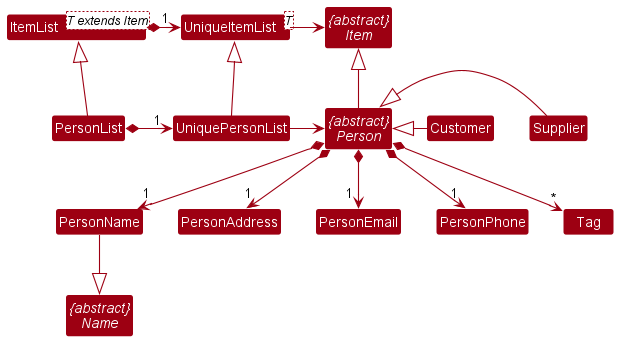
Earlier version of the PlantUML export docs/images/PersonClassDiagram.png (nus-cs2103-AY2223S2/tp).
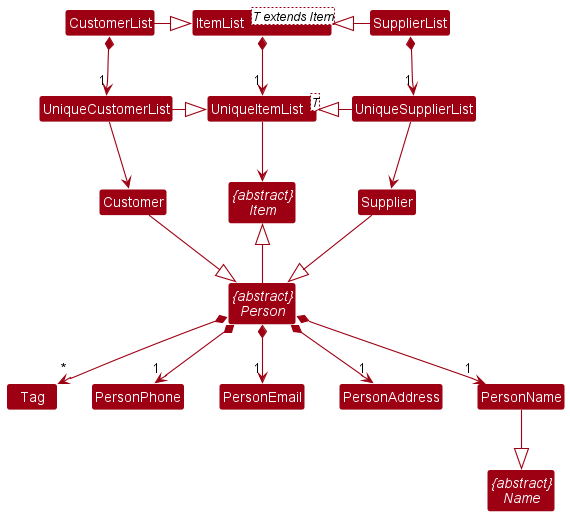
Above is the later version.

Change to the diagram source:
```diff
@@ -5,41 +5,44 @@
 skinparam classBackgroundColor MODEL_COLOR
 skinparam groupInheritance 1
 
-top to bottom direction
-
 Abstract Class "{abstract}\nItem" as Item
 Abstract Class "{abstract}\nPerson" as Person
-together{
 Class Supplier
 Class Customer
-}
 Abstract Class "{abstract}\nName" as Name
 
+together{
 Class PersonName
 Class PersonAddress
 Class PersonEmail
 Class PersonPhone
 Class Tag
-Class PersonList extends ItemList
-Class UniquePersonList extends UniqueItemList
+}
 
 Class ItemList<T extends Item>
 Class UniqueItemList<T>
 
-ItemList *-r> "1 " UniqueItemList
-UniqueItemList -r> Item
+ItemList *--> "1" UniqueItemList
+UniqueItemList --> Item
 
-PersonList *-r> "1 " UniquePersonList
-UniquePersonList -r> Person
+SupplierList *--> "1" UniqueSupplierList
+UniqueSupplierList --> Supplier
+SupplierList --l|> ItemList
+UniqueSupplierList --l|> UniqueItemList
+CustomerList *--d> "1" UniqueCustomerList
+UniqueCustomerList --d> Customer
+CustomerList --r|> ItemList
+UniqueCustomerList --r|> UniqueItemList
+
 Person *--> "1" PersonName
 Person *--> "1" PersonPhone
-Person *--> "     1" PersonEmail
+Person *--> "1" PersonEmail
 Person *--> "1" PersonAddress
 Person *--> "*" Tag
-Person -u|> Item
+Person --u|> Item
 
-Person <|- Supplier
-Person <|- Customer
+Supplier --|> Person
+Customer --|> Person
 
 PersonName --|> Name
 
```
